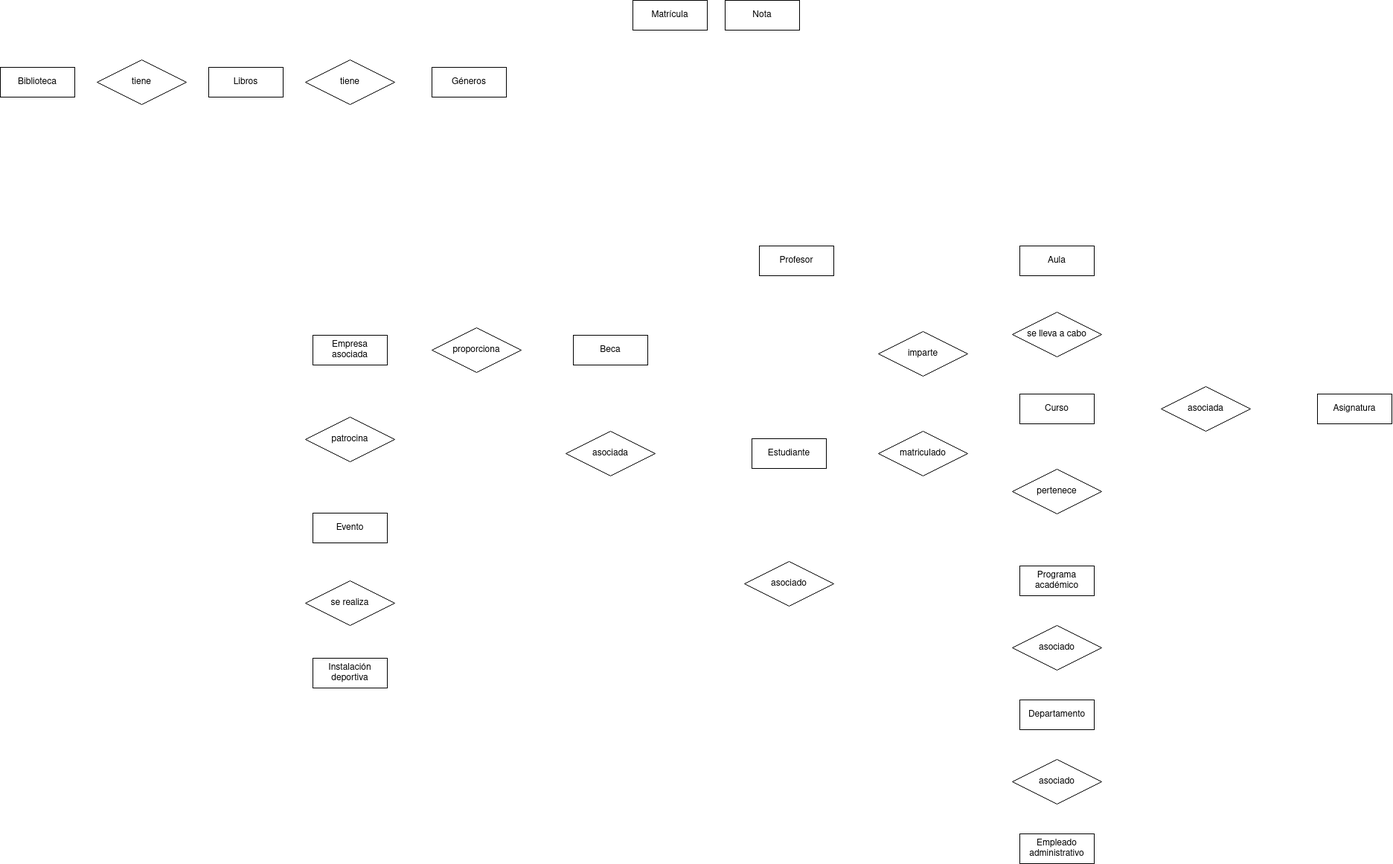
Above: modelo-er/Modelo ER.drawio.png in RafaelMayor/proyectoBBDD (draw.io), before the change. Source tidied: cells renumbered, new cells last; positions are measured from the earlier drawing's top-left corner, leaving out a move shared by most shapes.
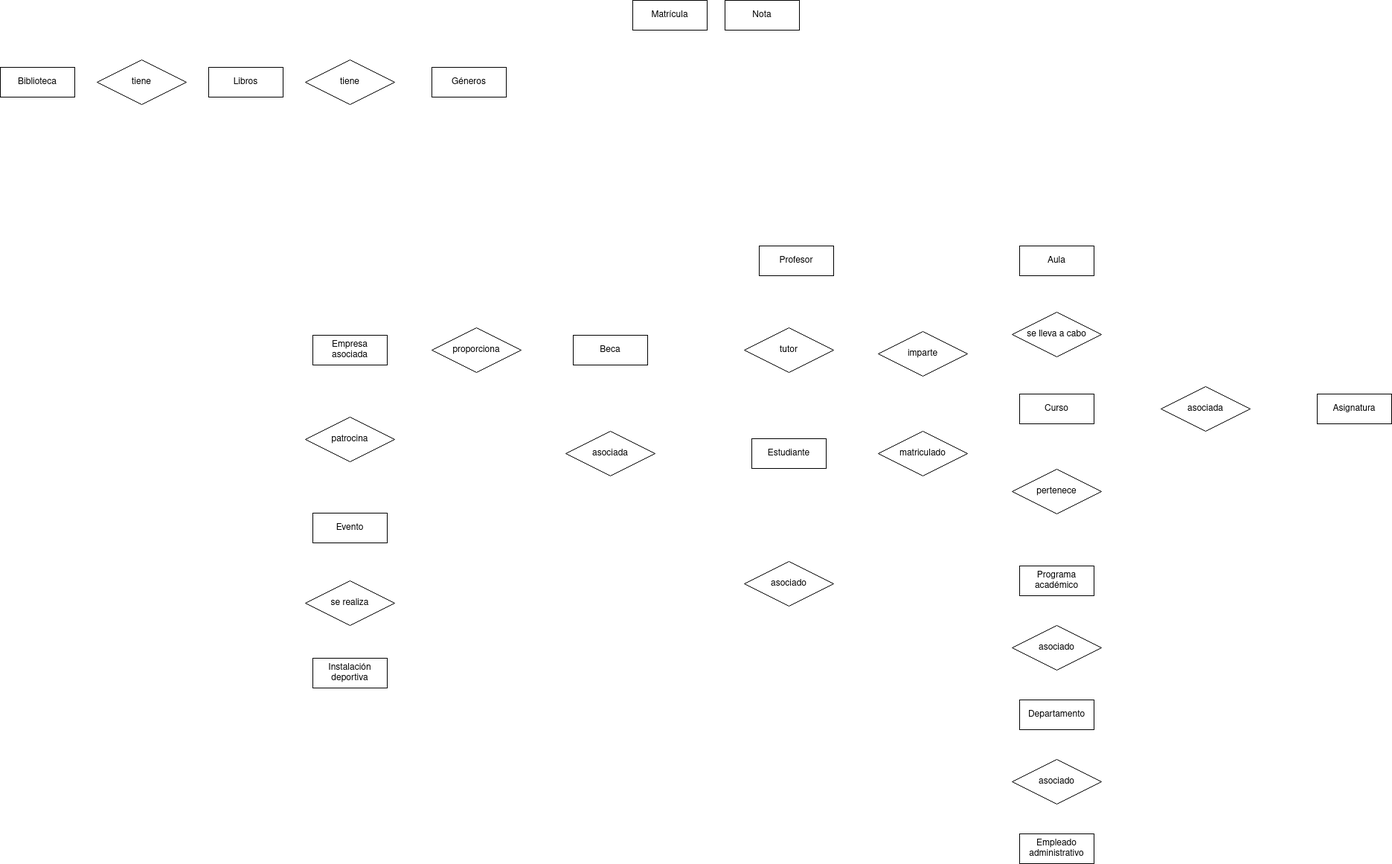
After the commit.

Diff of the diagram source:
```diff
@@ -95,5 +95,8 @@
     <mxCell id="32" value="se realiza" style="shape=rhombus;perimeter=rhombusPerimeter;whiteSpace=wrap;html=1;align=center;" parent="1" vertex="1">
       <mxGeometry x="410" y="780" width="120" height="60" as="geometry" />
     </mxCell>
+    <mxCell id="33" value="tutor" style="shape=rhombus;perimeter=rhombusPerimeter;whiteSpace=wrap;html=1;align=center;" parent="1" vertex="1">
+      <mxGeometry x="1000" y="440" width="120" height="60" as="geometry" />
+    </mxCell>
   </root>
 </mxGraphModel>
```
